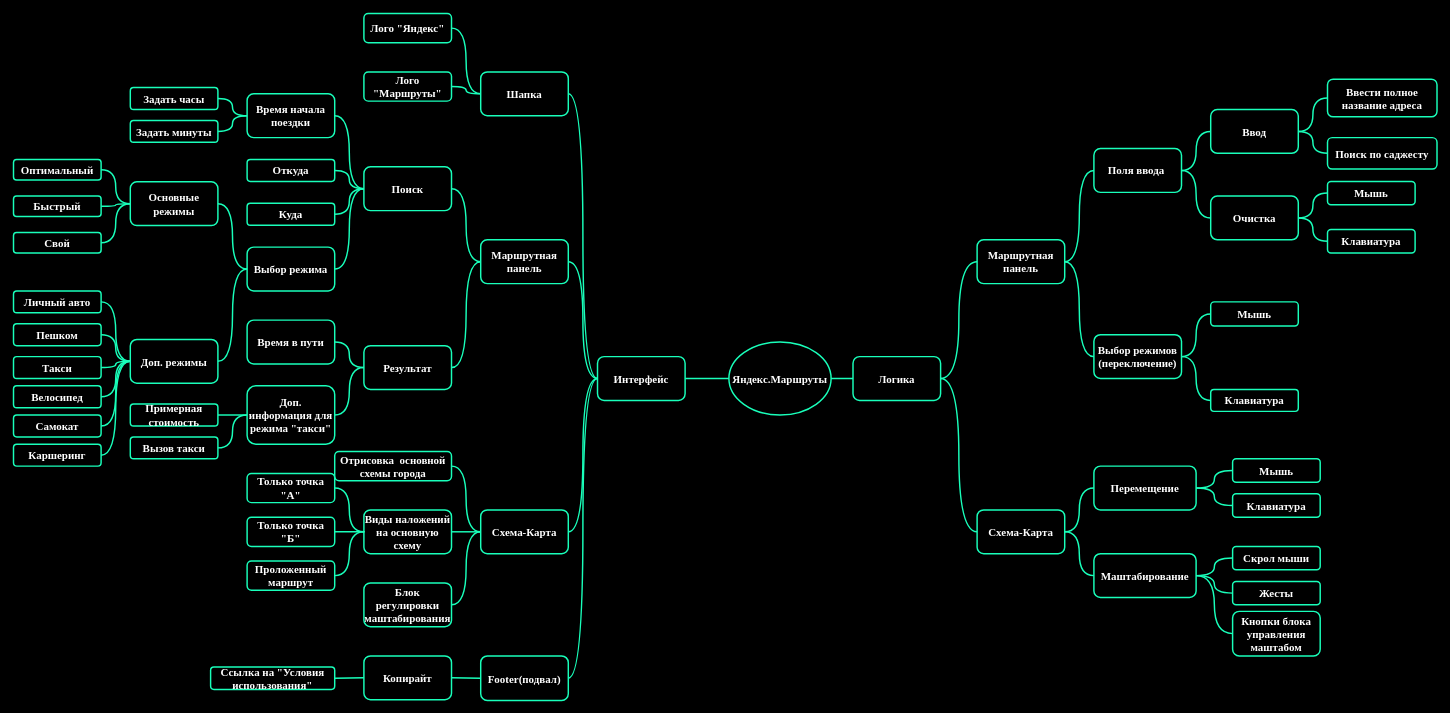
70ru/test_first keeps this draw.io diagram as Проект1.drawio. Above is the earlier version. Source tidied: cells renumbered, new cells numbered last; positions are measured from the earlier drawing's top-left corner, leaving out a move shared by most shapes. Both pictures are drawn from the tidied source at 73%, with x=0, y=0 at pixel (13, 13).
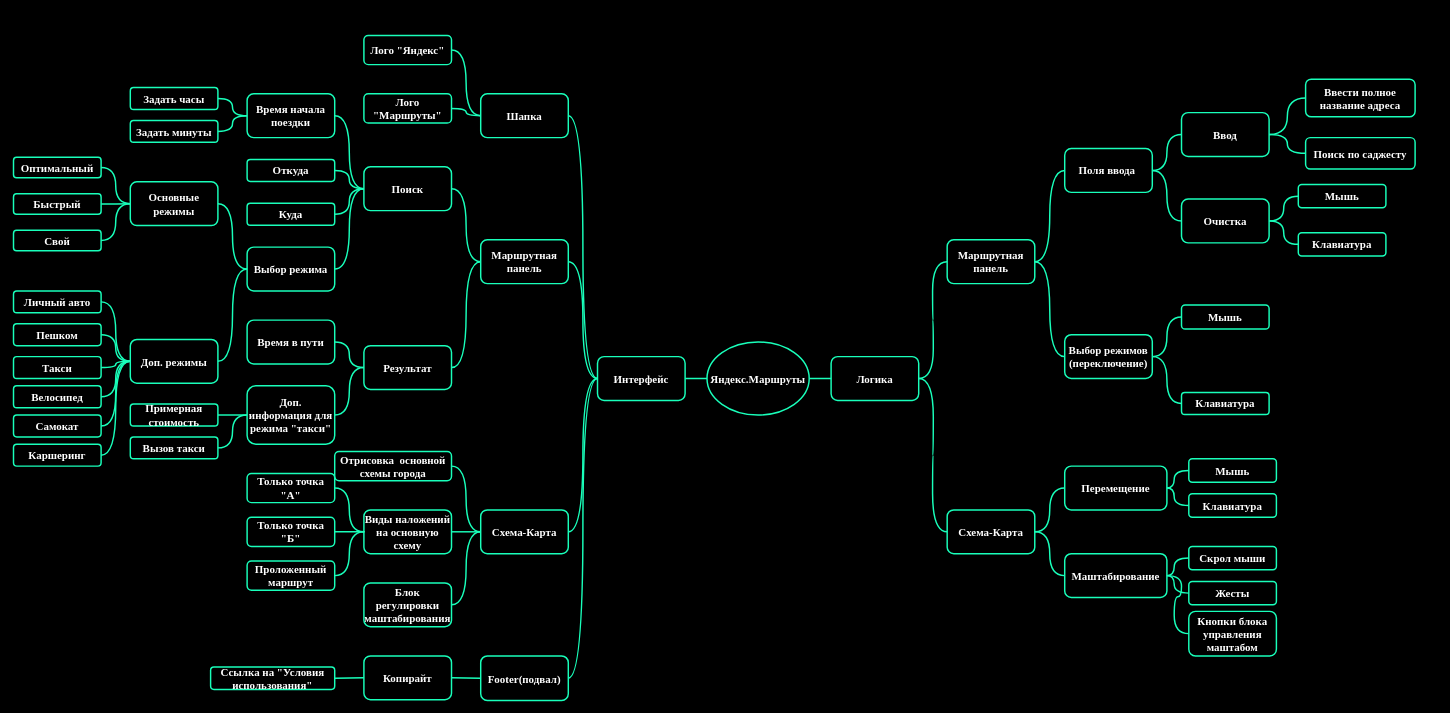
Above is the later version.

What changed in the source:
```diff
@@
     <mxCell id="4" value="Яндекс.Маршруты" style="ellipse;whiteSpace=wrap;html=1;strokeWidth=2;labelBackgroundColor=none;strokeColor=#19FFBA;fontColor=#FFFFFF;fillColor=none;fontStyle=1;fontFamily=Times New Roman;fontSize=15;" parent="1" vertex="1">
-      <mxGeometry x="980" y="450" width="140" height="100" as="geometry" />
+      <mxGeometry x="950" y="450" width="140" height="100" as="geometry" />
     </mxCell>
@@
     <mxCell id="7" value="Логика" style="rounded=1;whiteSpace=wrap;html=1;strokeWidth=2;labelBackgroundColor=none;strokeColor=#19FFBA;fontColor=#FFFFFF;fillColor=none;fontStyle=1;fontFamily=Times New Roman;fontSize=15;" parent="1" vertex="1">
-      <mxGeometry x="1150" y="470" width="120" height="60" as="geometry" />
+      <mxGeometry x="1120" y="470" width="120" height="60" as="geometry" />
     </mxCell>
@@
     <mxCell id="9" value="Маршрутная панель" style="rounded=1;whiteSpace=wrap;html=1;strokeWidth=2;labelBackgroundColor=none;strokeColor=#19FFBA;fontColor=#FFFFFF;fillColor=none;fontStyle=1;fontFamily=Times New Roman;fontSize=15;" parent="1" vertex="1">
-      <mxGeometry x="1320" y="310" width="120" height="60" as="geometry" />
+      <mxGeometry x="1279" y="310" width="120" height="60" as="geometry" />
     </mxCell>
@@
     <mxCell id="11" value="Выбор режимов (переключение)" style="rounded=1;whiteSpace=wrap;html=1;strokeWidth=2;labelBackgroundColor=none;strokeColor=#19FFBA;fontColor=#FFFFFF;fillColor=none;fontStyle=1;fontFamily=Times New Roman;fontSize=15;" parent="1" vertex="1">
-      <mxGeometry x="1480" y="440" width="120" height="60" as="geometry" />
+      <mxGeometry x="1440" y="440" width="120" height="60" as="geometry" />
     </mxCell>
     <mxCell id="12" value="Мышь" style="rounded=1;whiteSpace=wrap;html=1;strokeWidth=2;labelBackgroundColor=none;strokeColor=#19FFBA;fontColor=#FFFFFF;fillColor=none;fontStyle=1;fontFamily=Times New Roman;fontSize=15;" parent="1" vertex="1">
-      <mxGeometry x="1640" y="395" width="120" height="33" as="geometry" />
+      <mxGeometry x="1600" y="399.2" width="120" height="33" as="geometry" />
     </mxCell>
@@
     <mxCell id="27" value="Шапка" style="rounded=1;whiteSpace=wrap;html=1;strokeWidth=2;labelBackgroundColor=none;strokeColor=#19FFBA;fontColor=#FFFFFF;fillColor=none;fontStyle=1;fontFamily=Times New Roman;fontSize=15;" parent="1" vertex="1">
-      <mxGeometry x="640" y="80" width="120" height="60" as="geometry" />
+      <mxGeometry x="640" y="110" width="120" height="60" as="geometry" />
     </mxCell>
     <mxCell id="28" value="Лого &quot;Яндекс&quot;" style="rounded=1;whiteSpace=wrap;html=1;strokeWidth=2;labelBackgroundColor=none;strokeColor=#19FFBA;fontColor=#FFFFFF;fillColor=none;fontStyle=1;fontFamily=Times New Roman;fontSize=15;" parent="1" vertex="1">
-      <mxGeometry x="480" width="120" height="40" as="geometry" />
+      <mxGeometry x="480" y="30" width="120" height="40" as="geometry" />
     </mxCell>
@@
     <mxCell id="34" value="Лого &quot;Маршруты&quot;" style="rounded=1;whiteSpace=wrap;html=1;strokeWidth=2;labelBackgroundColor=none;strokeColor=#19FFBA;fontColor=#FFFFFF;fillColor=none;fontStyle=1;fontFamily=Times New Roman;fontSize=15;" parent="1" vertex="1">
-      <mxGeometry x="480" y="80" width="120" height="40" as="geometry" />
+      <mxGeometry x="480" y="110" width="120" height="40" as="geometry" />
     </mxCell>
@@
     <mxCell id="41" value="Оптимальный" style="rounded=1;whiteSpace=wrap;html=1;strokeWidth=2;labelBackgroundColor=none;strokeColor=#19FFBA;fontColor=#FFFFFF;fillColor=none;fontStyle=1;fontFamily=Times New Roman;fontSize=15;" parent="1" vertex="1">
-      <mxGeometry y="200" width="120" height="28" as="geometry" />
+      <mxGeometry y="197" width="120" height="28" as="geometry" />
     </mxCell>
@@
     <mxCell id="53" value="Быстрый" style="rounded=1;whiteSpace=wrap;html=1;strokeWidth=2;labelBackgroundColor=none;strokeColor=#19FFBA;fontColor=#FFFFFF;fillColor=none;fontStyle=1;fontFamily=Times New Roman;fontSize=15;" parent="1" vertex="1">
-      <mxGeometry y="250" width="120" height="28" as="geometry" />
+      <mxGeometry y="247" width="120" height="28" as="geometry" />
     </mxCell>
     <mxCell id="54" value="Свой" style="rounded=1;whiteSpace=wrap;html=1;strokeWidth=2;labelBackgroundColor=none;strokeColor=#19FFBA;fontColor=#FFFFFF;fillColor=none;fontStyle=1;fontFamily=Times New Roman;fontSize=15;" parent="1" vertex="1">
-      <mxGeometry y="300" width="120" height="28" as="geometry" />
+      <mxGeometry y="297" width="120" height="28" as="geometry" />
     </mxCell>
@@
     <mxCell id="90" value="Схема-Карта" style="rounded=1;whiteSpace=wrap;html=1;strokeWidth=2;labelBackgroundColor=none;strokeColor=#19FFBA;fontColor=#FFFFFF;fillColor=none;fontStyle=1;fontFamily=Times New Roman;fontSize=15;" parent="1" vertex="1">
-      <mxGeometry x="1320" y="680" width="120" height="60" as="geometry" />
+      <mxGeometry x="1279" y="680" width="120" height="60" as="geometry" />
     </mxCell>
     <mxCell id="91" value="Маштабирование" style="rounded=1;whiteSpace=wrap;html=1;strokeWidth=2;labelBackgroundColor=none;strokeColor=#19FFBA;fontColor=#FFFFFF;fillColor=none;fontStyle=1;fontFamily=Times New Roman;fontSize=15;" parent="1" vertex="1">
-      <mxGeometry x="1480" y="740" width="140" height="60" as="geometry" />
+      <mxGeometry x="1440" y="740" width="140" height="60" as="geometry" />
     </mxCell>
     <mxCell id="92" value="Перемещение" style="rounded=1;whiteSpace=wrap;html=1;strokeWidth=2;labelBackgroundColor=none;strokeColor=#19FFBA;fontColor=#FFFFFF;fillColor=none;fontStyle=1;fontFamily=Times New Roman;fontSize=15;" parent="1" vertex="1">
-      <mxGeometry x="1480" y="620" width="140" height="60" as="geometry" />
+      <mxGeometry x="1440" y="620" width="140" height="60" as="geometry" />
     </mxCell>
@@
     <mxCell id="95" value="Поля ввода&amp;nbsp;" style="rounded=1;whiteSpace=wrap;html=1;strokeWidth=2;labelBackgroundColor=none;strokeColor=#19FFBA;fontColor=#FFFFFF;fillColor=none;fontStyle=1;fontFamily=Times New Roman;fontSize=15;" parent="1" vertex="1">
-      <mxGeometry x="1480" y="185" width="120" height="60" as="geometry" />
+      <mxGeometry x="1440" y="185" width="120" height="60" as="geometry" />
     </mxCell>
@@
     <mxCell id="97" value="Ввод" style="rounded=1;whiteSpace=wrap;html=1;strokeWidth=2;labelBackgroundColor=none;strokeColor=#19FFBA;fontColor=#FFFFFF;fillColor=none;fontStyle=1;fontFamily=Times New Roman;fontSize=15;" parent="1" vertex="1">
-      <mxGeometry x="1640" y="131.5" width="120" height="60" as="geometry" />
+      <mxGeometry x="1600" y="135.8" width="120" height="60" as="geometry" />
     </mxCell>
     <mxCell id="98" value="Ввести полное название адреса" style="rounded=1;whiteSpace=wrap;html=1;strokeWidth=2;labelBackgroundColor=none;strokeColor=#19FFBA;fontColor=#FFFFFF;fillColor=none;fontStyle=1;fontFamily=Times New Roman;fontSize=15;" parent="1" vertex="1">
-      <mxGeometry x="1800" y="90" width="150" height="51.5" as="geometry" />
+      <mxGeometry x="1770" y="90" width="150" height="51.5" as="geometry" />
     </mxCell>
@@
     <mxCell id="100" value="Клавиатура" style="rounded=1;whiteSpace=wrap;html=1;strokeWidth=2;labelBackgroundColor=none;strokeColor=#19FFBA;fontColor=#FFFFFF;fillColor=none;fontStyle=1;fontFamily=Times New Roman;fontSize=15;" parent="1" vertex="1">
-      <mxGeometry x="1640" y="515" width="120" height="30" as="geometry" />
+      <mxGeometry x="1600" y="519.2" width="120" height="30" as="geometry" />
     </mxCell>
@@
     <mxCell id="103" value="Очистка" style="rounded=1;whiteSpace=wrap;html=1;strokeWidth=2;labelBackgroundColor=none;strokeColor=#19FFBA;fontColor=#FFFFFF;fillColor=none;fontStyle=1;fontFamily=Times New Roman;fontSize=15;" parent="1" vertex="1">
-      <mxGeometry x="1640" y="250" width="120" height="60" as="geometry" />
+      <mxGeometry x="1600" y="254.2" width="120" height="60" as="geometry" />
     </mxCell>
     <mxCell id="104" value="Мышь" style="rounded=1;whiteSpace=wrap;html=1;strokeWidth=2;labelBackgroundColor=none;strokeColor=#19FFBA;fontColor=#FFFFFF;fillColor=none;fontStyle=1;fontFamily=Times New Roman;fontSize=15;" parent="1" vertex="1">
-      <mxGeometry x="1800" y="230" width="120" height="32" as="geometry" />
+      <mxGeometry x="1760" y="234.2" width="120" height="32" as="geometry" />
     </mxCell>
-    <mxCell id="105" style="edgeStyle=orthogonalEdgeStyle;curved=1;rounded=0;jettySize=auto;html=1;labelBackgroundColor=none;endArrow=none;endFill=0;strokeColor=#19FFBA;strokeWidth=2;fontFamily=Times New Roman;fontSize=15;fontColor=#FFFFFF;entryX=1;entryY=0.5;entryDx=0;entryDy=0;" parent="1" edge="1" source="106" target="97">
+    <mxCell id="105" style="edgeStyle=orthogonalEdgeStyle;curved=1;rounded=0;jettySize=auto;html=1;labelBackgroundColor=none;endArrow=none;endFill=0;strokeColor=#19FFBA;strokeWidth=2;fontFamily=Times New Roman;fontSize=15;fontColor=#FFFFFF;entryX=1;entryY=0.5;entryDx=0;entryDy=0;exitX=0;exitY=0.5;exitDx=0;exitDy=0;" parent="1" edge="1" source="106" target="97">
       <mxGeometry relative="1" as="geometry" />
     </mxCell>
     <mxCell id="106" value="Поиск по саджесту" style="rounded=1;whiteSpace=wrap;html=1;strokeWidth=2;labelBackgroundColor=none;strokeColor=#19FFBA;fontColor=#FFFFFF;fillColor=none;fontStyle=1;fontFamily=Times New Roman;fontSize=15;" parent="1" vertex="1">
-      <mxGeometry x="1800" y="170" width="150" height="43" as="geometry" />
+      <mxGeometry x="1770" y="170" width="150" height="43" as="geometry" />
     </mxCell>
@@
     <mxCell id="108" value="Клавиатура" style="rounded=1;whiteSpace=wrap;html=1;strokeWidth=2;labelBackgroundColor=none;strokeColor=#19FFBA;fontColor=#FFFFFF;fillColor=none;fontStyle=1;fontFamily=Times New Roman;fontSize=15;" parent="1" vertex="1">
-      <mxGeometry x="1800" y="296" width="120" height="32" as="geometry" />
+      <mxGeometry x="1760" y="300.2" width="120" height="32" as="geometry" />
     </mxCell>
@@
     <mxCell id="110" value="Мышь" style="rounded=1;whiteSpace=wrap;html=1;strokeWidth=2;labelBackgroundColor=none;strokeColor=#19FFBA;fontColor=#FFFFFF;fillColor=none;fontStyle=1;fontFamily=Times New Roman;fontSize=15;" parent="1" vertex="1">
-      <mxGeometry x="1670" y="610" width="120" height="32" as="geometry" />
+      <mxGeometry x="1610" y="610" width="120" height="32" as="geometry" />
     </mxCell>
@@
     <mxCell id="112" value="Клавиатура" style="rounded=1;whiteSpace=wrap;html=1;strokeWidth=2;labelBackgroundColor=none;strokeColor=#19FFBA;fontColor=#FFFFFF;fillColor=none;fontStyle=1;fontFamily=Times New Roman;fontSize=15;" parent="1" vertex="1">
-      <mxGeometry x="1670" y="658" width="120" height="32" as="geometry" />
+      <mxGeometry x="1610" y="658" width="120" height="32" as="geometry" />
     </mxCell>
@@
     <mxCell id="114" value="Скрол мыши" style="rounded=1;whiteSpace=wrap;html=1;strokeWidth=2;labelBackgroundColor=none;strokeColor=#19FFBA;fontColor=#FFFFFF;fillColor=none;fontStyle=1;fontFamily=Times New Roman;fontSize=15;" parent="1" vertex="1">
-      <mxGeometry x="1670" y="730" width="120" height="32" as="geometry" />
+      <mxGeometry x="1610" y="730" width="120" height="32" as="geometry" />
     </mxCell>
@@
     <mxCell id="117" value="Жесты" style="rounded=1;whiteSpace=wrap;html=1;strokeWidth=2;labelBackgroundColor=none;strokeColor=#19FFBA;fontColor=#FFFFFF;fillColor=none;fontStyle=1;fontFamily=Times New Roman;fontSize=15;" parent="1" vertex="1">
-      <mxGeometry x="1670" y="778" width="120" height="32" as="geometry" />
+      <mxGeometry x="1610" y="778" width="120" height="32" as="geometry" />
     </mxCell>
     <mxCell id="118" value="Кнопки блока управления маштабом" style="rounded=1;whiteSpace=wrap;html=1;strokeWidth=2;labelBackgroundColor=none;strokeColor=#19FFBA;fontColor=#FFFFFF;fillColor=none;fontStyle=1;fontFamily=Times New Roman;fontSize=15;" parent="1" vertex="1">
-      <mxGeometry x="1670" y="819" width="120" height="61" as="geometry" />
+      <mxGeometry x="1610" y="819" width="120" height="61" as="geometry" />
     </mxCell>
```
